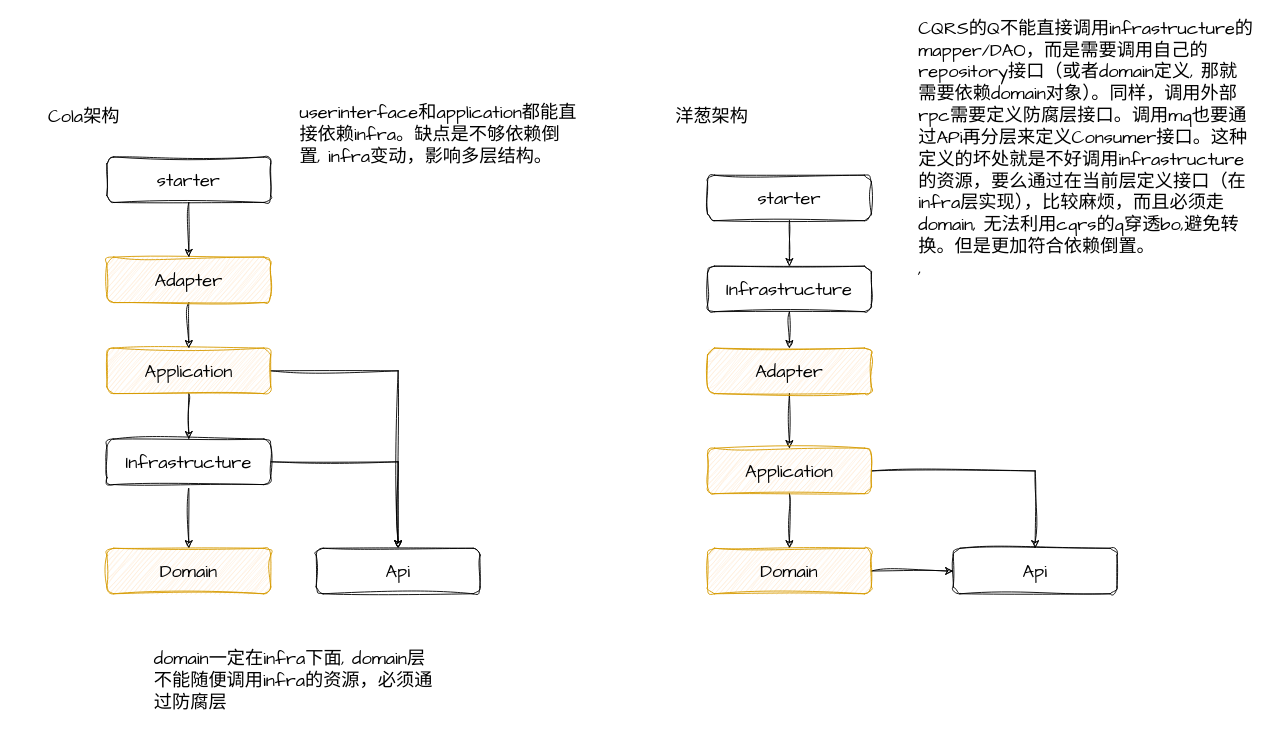
Earlier version of the draw.io diagram doc/uml.drawio (chad0204/ddd). Source tidied: cells renumbered, new cells numbered last; positions are measured from the earlier drawing's top-left corner, leaving out a move shared by most shapes. Both pictures are drawn from the tidied source at 91%, with x=0, y=0 at pixel (15, 93).
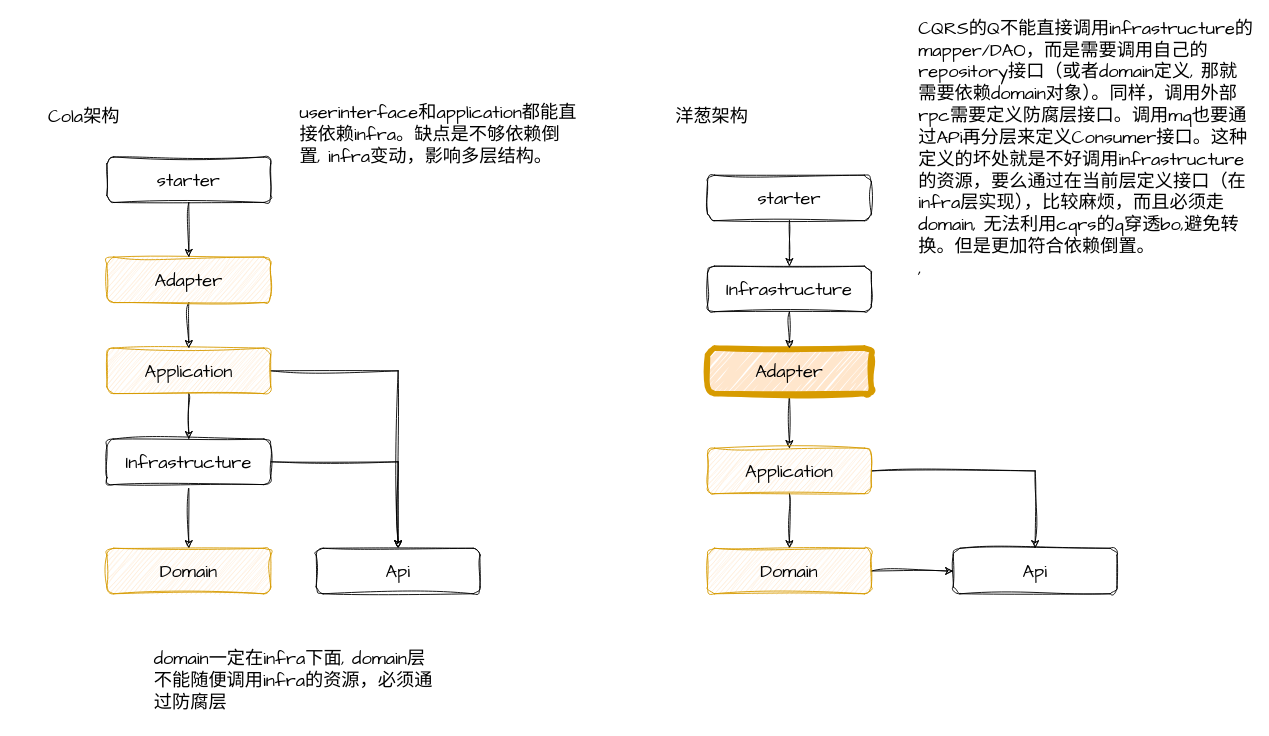
The same diagram, later.

Diff of the diagram source:
```diff
@@
-    <mxCell id="12" value="Adapter" style="rounded=1;whiteSpace=wrap;html=1;sketch=1;hachureGap=4;jiggle=2;curveFitting=1;fontFamily=Architects Daughter;fontSize=20;fillColor=#ffe6cc;strokeColor=#d79b00;" parent="1" vertex="1">
+    <mxCell id="12" value="Adapter" style="rounded=1;whiteSpace=wrap;html=1;sketch=1;hachureGap=4;jiggle=2;curveFitting=1;fontFamily=Architects Daughter;fontSize=20;fillColor=#ffe6cc;strokeColor=#d79b00;strokeWidth=6;" parent="1" vertex="1">
       <mxGeometry x="760" y="280" width="180" height="50" as="geometry" />
     </mxCell>
```
